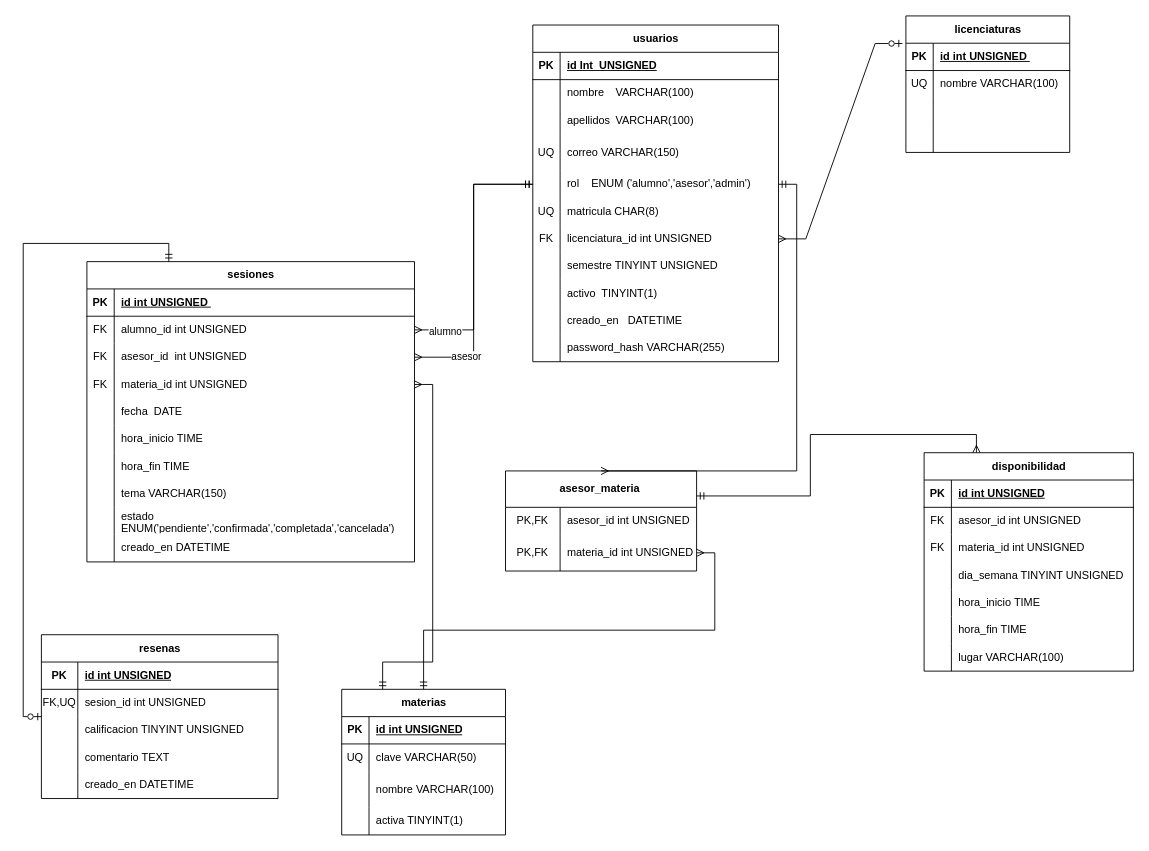
cesardzul-byte/nexus-fmat keeps this draw.io diagram as docs/diagramas/diagrama_er.drawio. Above is the earlier version. Source tidied: cells renumbered, new cells numbered last; positions are measured from the earlier drawing's top-left corner, leaving out a move shared by most shapes. Both pictures are drawn from the tidied source at 91%, with x=0, y=0 at pixel (41, 15).
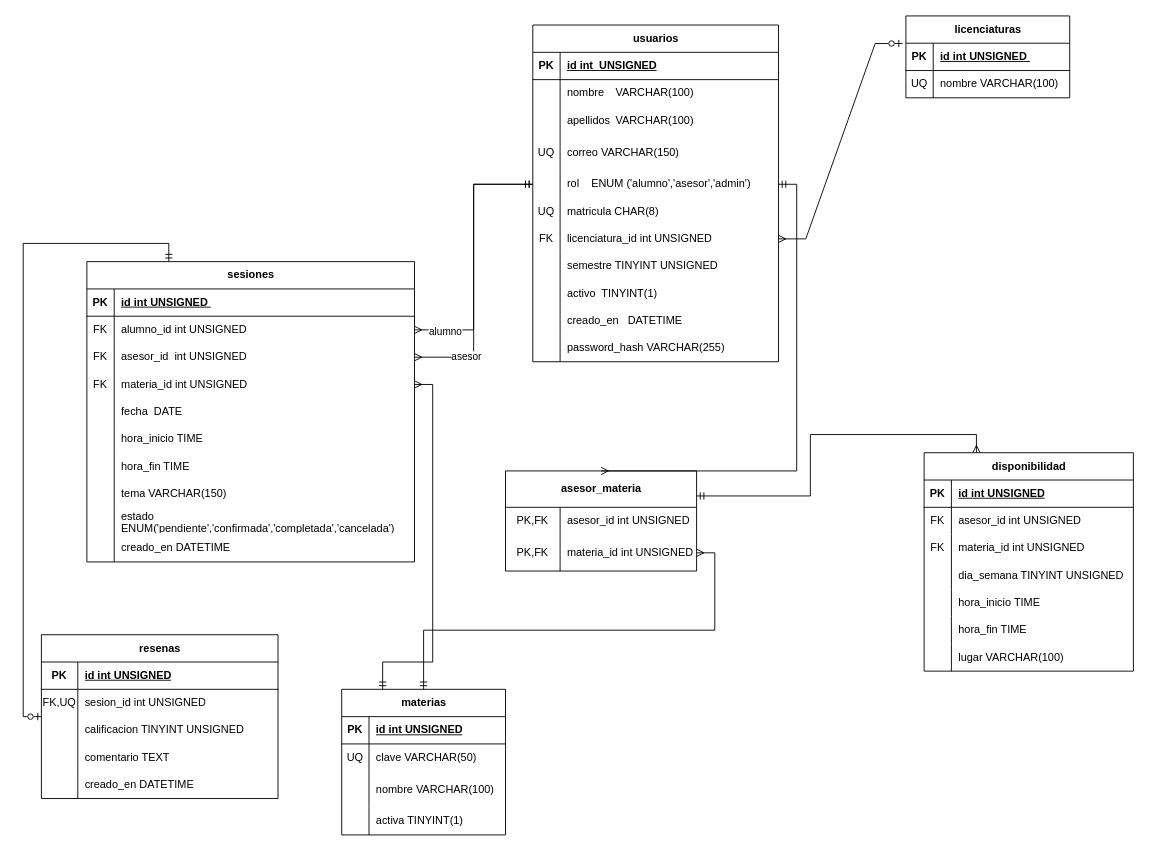
The same page after the edit.

Commit message (it also covers changes not shown here):
docs: entrega el diagrama ER final y alinea los documentos (iss-26) (#61)

The change refers to these unchanged cells:
```xml
<mxCell id="3" style="shape=tableRow;horizontal=0;startSize=0;swimlaneHead=0;swimlaneBody=0;fillColor=none;top=0;left=0;right=0;bottom=1;" parent="2" vertex="1">
  <mxGeometry y="30" width="270" height="30" as="geometry" />
</mxCell>
```

Diff of the diagram source:
```diff
@@
-    <mxCell id="5" value="id Int&amp;nbsp; UNSIGNED" style="shape=partialRectangle;fillColor=none;top=0;left=0;bottom=0;right=0;align=left;spacingLeft=6;fontStyle=5;overflow=hidden;whiteSpace=wrap;html=1;" parent="3" vertex="1">
+    <mxCell id="5" value="id int&amp;nbsp; UNSIGNED" style="shape=partialRectangle;fillColor=none;top=0;left=0;bottom=0;right=0;align=left;spacingLeft=6;fontStyle=5;overflow=hidden;whiteSpace=wrap;html=1;" parent="3" vertex="1">
       <mxGeometry x="30" width="240" height="30" as="geometry" />
     </mxCell>
@@
     <mxCell id="36" value="licenciaturas" style="shape=table;startSize=30;childLayout=tableLayout;rowLines=0;fontStyle=1;align=center;html=1;" parent="1" vertex="1">
-      <mxGeometry x="950" width="180" height="150" as="geometry" />
+      <mxGeometry x="950" width="180" height="90" as="geometry" />
     </mxCell>
@@
-    <mxCell id="43" style="shape=tableRow;horizontal=0;startSize=0;swimlaneHead=0;swimlaneBody=0;fillColor=none;top=0;left=0;right=0;bottom=0;" parent="36" vertex="1">
-      <mxGeometry y="90" width="180" height="30" as="geometry" />
-    </mxCell>
-    <mxCell id="44" style="shape=partialRectangle;fillColor=none;top=0;left=0;bottom=0;right=0;overflow=hidden;whiteSpace=wrap;html=1;" parent="43" vertex="1">
-      <mxGeometry width="30" height="30" as="geometry" />
-    </mxCell>
-    <mxCell id="45" style="shape=partialRectangle;fillColor=none;top=0;left=0;bottom=0;right=0;align=left;spacingLeft=6;overflow=hidden;whiteSpace=wrap;html=1;" parent="43" vertex="1">
-      <mxGeometry x="30" width="150" height="30" as="geometry" />
-    </mxCell>
-    <mxCell id="46" style="shape=tableRow;horizontal=0;startSize=0;swimlaneHead=0;swimlaneBody=0;fillColor=none;top=0;left=0;right=0;bottom=0;" parent="36" vertex="1">
-      <mxGeometry y="120" width="180" height="30" as="geometry" />
-    </mxCell>
-    <mxCell id="47" style="shape=partialRectangle;fillColor=none;top=0;left=0;bottom=0;right=0;overflow=hidden;whiteSpace=wrap;html=1;" parent="46" vertex="1">
-      <mxGeometry width="30" height="30" as="geometry" />
-    </mxCell>
-    <mxCell id="48" style="shape=partialRectangle;fillColor=none;top=0;left=0;bottom=0;right=0;align=left;spacingLeft=6;overflow=hidden;whiteSpace=wrap;html=1;" parent="46" vertex="1">
-      <mxGeometry x="30" width="150" height="30" as="geometry" />
-    </mxCell>
@@
-    <mxCell id="62" value="asesor_materia&amp;nbsp;" style="shape=table;startSize=40;childLayout=tableLayout;rowLines=0;fontStyle=1;align=center;html=1;" parent="1" vertex="1">
+    <mxCell id="62" value="asesor_materia" style="shape=table;startSize=40;childLayout=tableLayout;rowLines=0;fontStyle=1;align=center;html=1;" parent="1" vertex="1">
       <mxGeometry x="510" y="500" width="210" height="110" as="geometry" />
     </mxCell>
```
